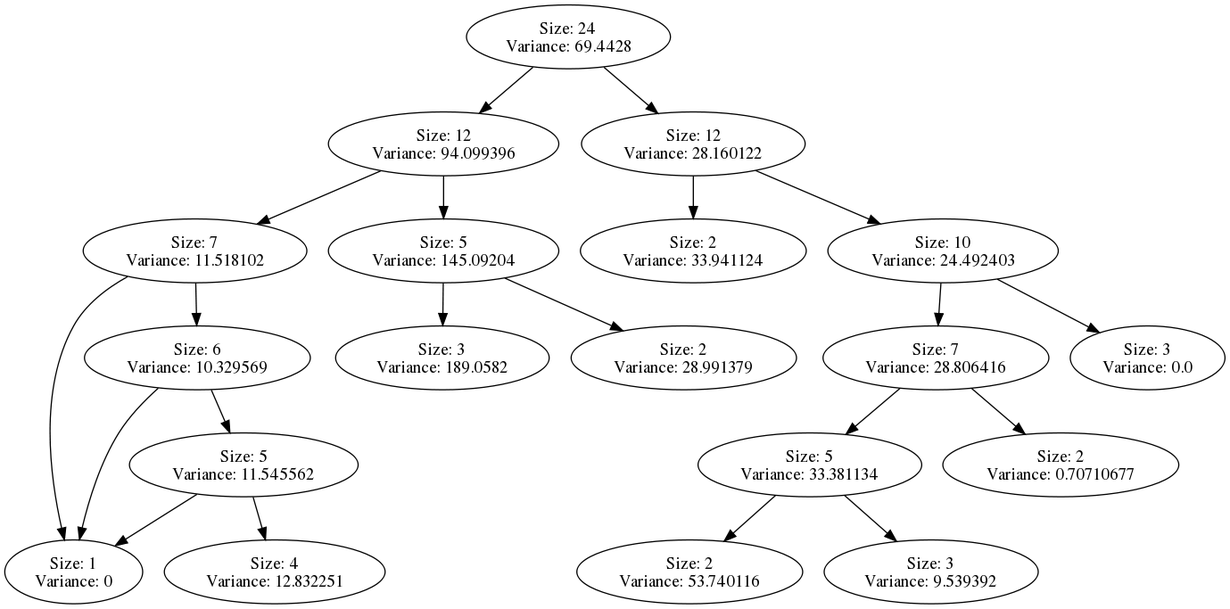
This is src/dot/SDR.dot.png from abutcher/compass, a Graphviz export, as it was before one commit. Its source is kept beside it as src/dot/SDR.dot.
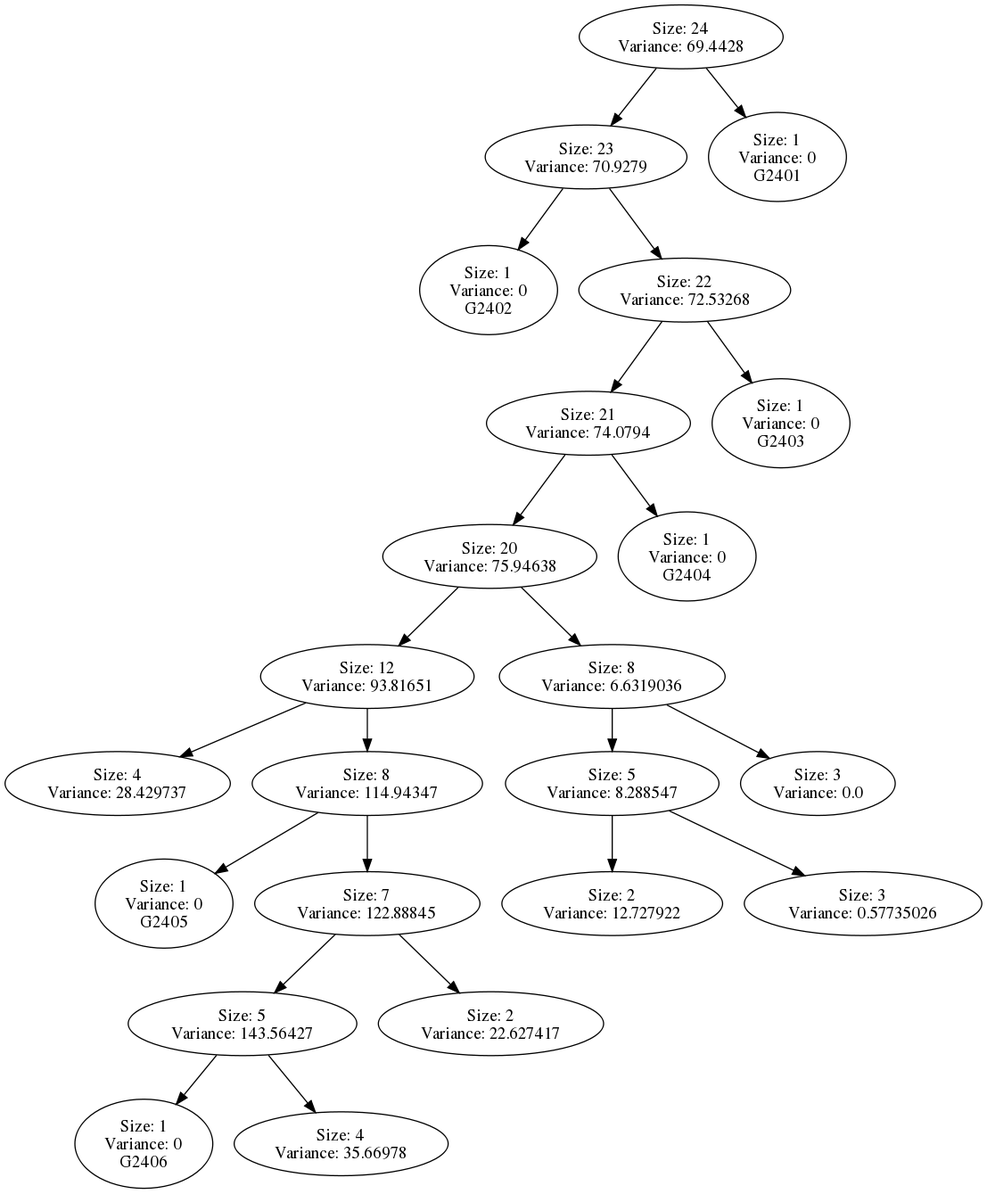
The same diagram one commit later.

What changed in the source:
```diff
@@ -1,22 +1,24 @@
 DIGRAPH G {
-"Size: 24\nVariance: 69.4428" -> "Size: 12\nVariance: 94.099396" L=0;
-"Size: 24\nVariance: 69.4428" -> "Size: 12\nVariance: 28.160122" L=0;
-"Size: 12\nVariance: 94.099396" -> "Size: 7\nVariance: 11.518102" L=1;
-"Size: 12\nVariance: 94.099396" -> "Size: 5\nVariance: 145.09204" L=1;
-"Size: 7\nVariance: 11.518102" -> "Size: 1\nVariance: 0" L=2;
-"Size: 7\nVariance: 11.518102" -> "Size: 6\nVariance: 10.329569" L=2;
-"Size: 6\nVariance: 10.329569" -> "Size: 1\nVariance: 0" L=3;
-"Size: 6\nVariance: 10.329569" -> "Size: 5\nVariance: 11.545562" L=3;
-"Size: 5\nVariance: 11.545562" -> "Size: 1\nVariance: 0" L=4;
-"Size: 5\nVariance: 11.545562" -> "Size: 4\nVariance: 12.832251" L=4;
-"Size: 5\nVariance: 145.09204" -> "Size: 3\nVariance: 189.0582" L=2;
-"Size: 5\nVariance: 145.09204" -> "Size: 2\nVariance: 28.991379" L=2;
-"Size: 12\nVariance: 28.160122" -> "Size: 2\nVariance: 33.941124" L=1;
-"Size: 12\nVariance: 28.160122" -> "Size: 10\nVariance: 24.492403" L=1;
-"Size: 10\nVariance: 24.492403" -> "Size: 7\nVariance: 28.806416" L=2;
-"Size: 10\nVariance: 24.492403" -> "Size: 3\nVariance: 0.0" L=2;
-"Size: 7\nVariance: 28.806416" -> "Size: 5\nVariance: 33.381134" L=3;
-"Size: 7\nVariance: 28.806416" -> "Size: 2\nVariance: 0.70710677" L=3;
-"Size: 5\nVariance: 33.381134" -> "Size: 2\nVariance: 53.740116" L=4;
-"Size: 5\nVariance: 33.381134" -> "Size: 3\nVariance: 9.539392" L=4;
+"Size: 24\nVariance: 69.4428" -> "Size: 23\nVariance: 70.9279" L=0;
+"Size: 24\nVariance: 69.4428" -> "Size: 1\nVariance: 0\nG2401" L=0;
+"Size: 23\nVariance: 70.9279" -> "Size: 1\nVariance: 0\nG2402" L=1;
+"Size: 23\nVariance: 70.9279" -> "Size: 22\nVariance: 72.53268" L=1;
+"Size: 22\nVariance: 72.53268" -> "Size: 21\nVariance: 74.0794" L=2;
+"Size: 22\nVariance: 72.53268" -> "Size: 1\nVariance: 0\nG2403" L=2;
+"Size: 21\nVariance: 74.0794" -> "Size: 20\nVariance: 75.94638" L=3;
+"Size: 21\nVariance: 74.0794" -> "Size: 1\nVariance: 0\nG2404" L=3;
+"Size: 20\nVariance: 75.94638" -> "Size: 12\nVariance: 93.81651" L=4;
+"Size: 20\nVariance: 75.94638" -> "Size: 8\nVariance: 6.6319036" L=4;
+"Size: 12\nVariance: 93.81651" -> "Size: 4\nVariance: 28.429737" L=5;
+"Size: 12\nVariance: 93.81651" -> "Size: 8\nVariance: 114.94347" L=5;
+"Size: 8\nVariance: 114.94347" -> "Size: 1\nVariance: 0\nG2405" L=6;
+"Size: 8\nVariance: 114.94347" -> "Size: 7\nVariance: 122.88845" L=6;
+"Size: 7\nVariance: 122.88845" -> "Size: 5\nVariance: 143.56427" L=7;
+"Size: 7\nVariance: 122.88845" -> "Size: 2\nVariance: 22.627417" L=7;
+"Size: 5\nVariance: 143.56427" -> "Size: 1\nVariance: 0\nG2406" L=8;
+"Size: 5\nVariance: 143.56427" -> "Size: 4\nVariance: 35.66978" L=8;
+"Size: 8\nVariance: 6.6319036" -> "Size: 5\nVariance: 8.288547" L=5;
+"Size: 8\nVariance: 6.6319036" -> "Size: 3\nVariance: 0.0" L=5;
+"Size: 5\nVariance: 8.288547" -> "Size: 2\nVariance: 12.727922" L=6;
+"Size: 5\nVariance: 8.288547" -> "Size: 3\nVariance: 0.57735026" L=6;
 }
```
